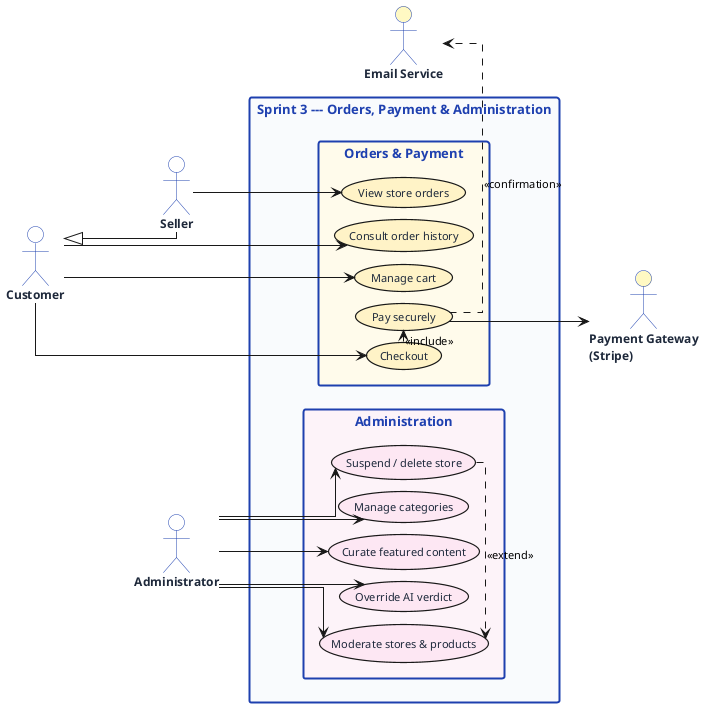
Above: img/uc-sprint3.png in NadimJebali/NadimJebali-Pfe-rapport-V2 (PlantUML), before the change. Source of this version:
```plantuml
@startuml uc-sprint3

skinparam defaultFontName Helvetica
skinparam defaultFontSize 11
skinparam backgroundColor #FFFFFF
skinparam shadowing false
skinparam packageStyle rectangle
skinparam linetype ortho
skinparam nodesep 12
skinparam ranksep 70

skinparam actor {
  BackgroundColor #FFFFFF
  BorderColor #1E40AF
  FontColor #1E293B
  FontStyle bold
  FontSize 12
}
skinparam usecase {
  BorderThickness 1.2
  FontColor #1E293B
  FontSize 11
}
skinparam rectangle {
  BackgroundColor #F8FAFC
  BorderColor #1E40AF
  BorderThickness 2
  FontColor #1E40AF
  FontStyle bold
  FontSize 13
}

left to right direction

actor Customer      as Customer
actor Seller        as Seller
actor Administrator as Admin

Customer <|-- Seller

rectangle "Sprint 3 --- Orders, Payment & Administration" {

  rectangle "Orders & Payment" #FFFBEB {
    (Manage cart)           as O1 #FEF3C7
    (Checkout)              as O2 #FEF3C7
    (Pay securely)          as O3 #FEF3C7
    (Consult order history) as O4 #FEF3C7
    (View store orders)     as O5 #FEF3C7
  }

  rectangle "Administration" #FDF2F8 {
    (Moderate stores & products) as D1 #FCE7F3
    (Suspend / delete store)     as D2 #FCE7F3
    (Override AI verdict)        as D3 #FCE7F3
    (Curate featured content)    as D4 #FCE7F3
    (Manage categories)          as D5 #FCE7F3
  }
}

actor "Payment Gateway\n(Stripe)" as PAY  #FEF9C3
actor "Email Service"             as MAIL #FEF9C3

Customer --> O1
Customer --> O2
Customer --> O4
Seller   --> O5
Admin    --> D1
Admin    --> D2
Admin    --> D3
Admin    --> D4
Admin    --> D5

O2 .> O3 : <<include>>
O3 --> PAY
O3 .> MAIL : <<confirmation>>
D2 .> D1 : <<extend>>

@enduml
```
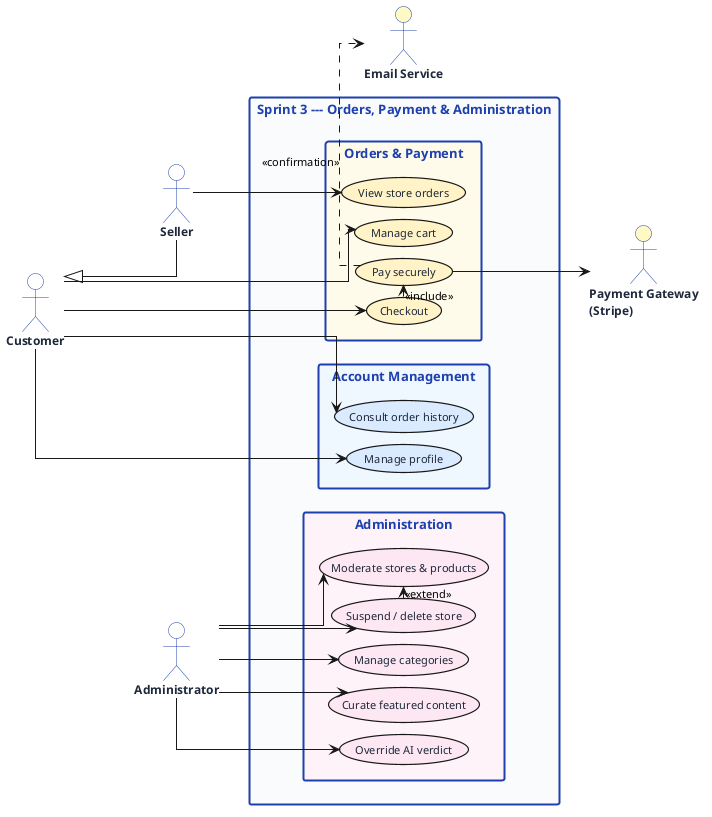
Later version of the same file.

Diff of the diagram source:
```diff
@@ -44,8 +44,12 @@
     (Manage cart)           as O1 #FEF3C7
     (Checkout)              as O2 #FEF3C7
     (Pay securely)          as O3 #FEF3C7
-    (Consult order history) as O4 #FEF3C7
     (View store orders)     as O5 #FEF3C7
+  }
+
+  rectangle "Account Management" #EFF6FF {
+    (Manage profile)        as AC1 #DBEAFE
+    (Consult order history) as O4 #DBEAFE
   }
 
   rectangle "Administration" #FDF2F8 {
@@ -63,6 +67,7 @@
 Customer --> O1
 Customer --> O2
 Customer --> O4
+Customer --> AC1
 Seller   --> O5
 Admin    --> D1
 Admin    --> D2
```
